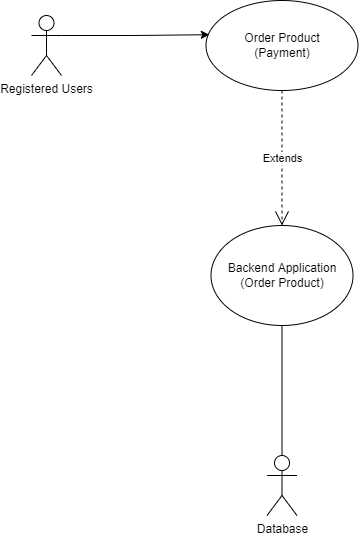
Above: Use case diagram/order_products.png in mohitleo03/Software-Engineering-Project-Management (draw.io), before the change. Source tidied: cells renumbered, new cells last; positions are measured from the earlier drawing's top-left corner, leaving out a move shared by most shapes.
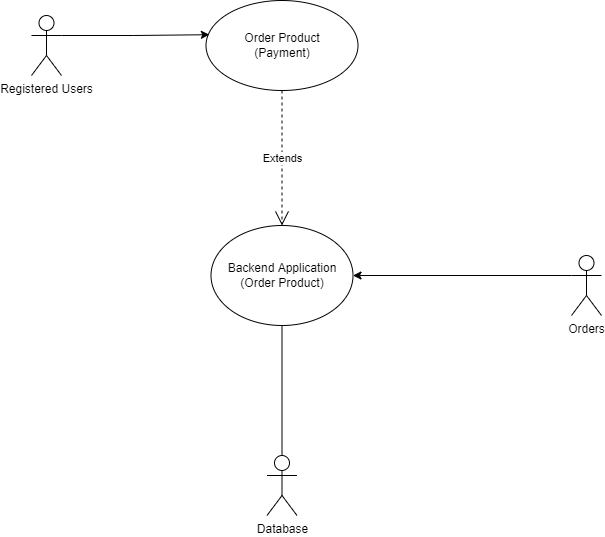
After the commit.

The edit, as a diff of the source:
```diff
@@ -23,5 +23,11 @@
     <mxCell id="8" style="endArrow=none;html=1;rounded=0;entryX=0.5;entryY=1;entryDx=0;entryDy=0;exitX=0.5;exitY=0;exitDx=0;exitDy=0;exitPerimeter=0;" parent="1" edge="1" source="6" target="3">
       <mxGeometry relative="1" as="geometry" />
     </mxCell>
+    <mxCell id="9" value="Orders" style="shape=umlActor;verticalLabelPosition=bottom;verticalAlign=top;html=1;outlineConnect=0;" parent="1" vertex="1">
+      <mxGeometry x="540" y="255" width="30" height="60" as="geometry" />
+    </mxCell>
+    <mxCell id="10" style="endArrow=classic;html=1;rounded=0;exitX=0;exitY=0.3333333333333333;exitDx=0;exitDy=0;exitPerimeter=0;entryX=1;entryY=0.5;entryDx=0;entryDy=0;" parent="1" edge="1" source="9" target="3">
+      <mxGeometry relative="1" as="geometry" />
+    </mxCell>
   </root>
 </mxGraphModel>
```
